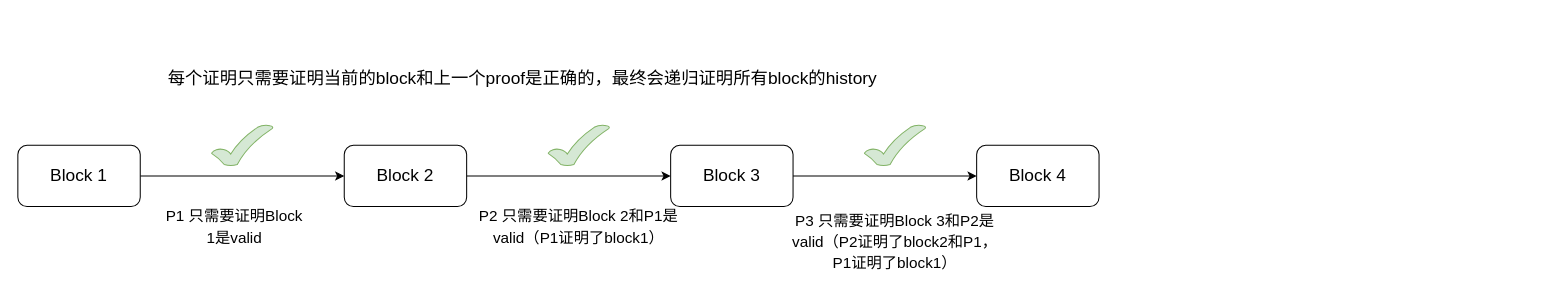
Above: zk-proof/recursive proof.drawio in 0xyicheng/a-research-diagram (draw.io), before the change. Source tidied: cells renumbered, new cells numbered last; positions are measured from the earlier drawing's top-left corner, leaving out a move shared by most shapes. Both pictures are drawn from the tidied source at 102%, with x=0, y=0 at pixel (17, 73).
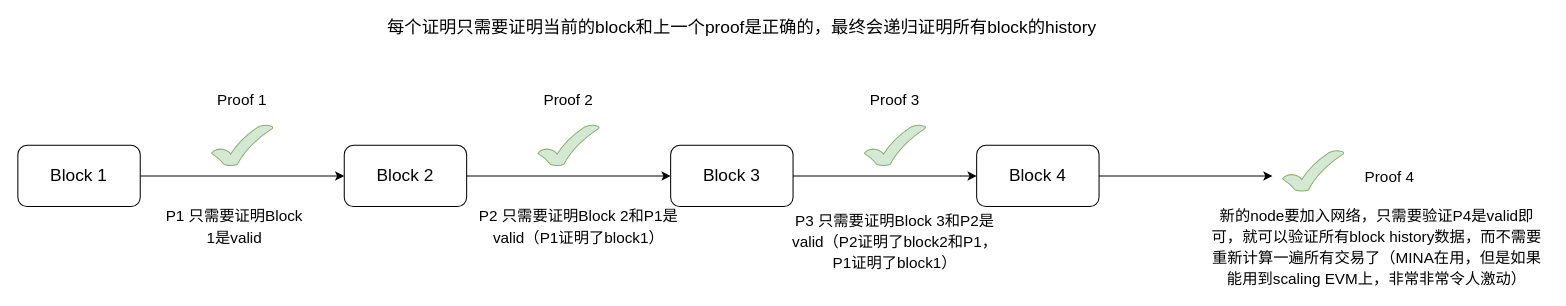
Above is the later version.

What changed in the source:
```diff
@@
     <mxCell id="9" style="verticalLabelPosition=bottom;verticalAlign=top;html=1;shape=mxgraph.basic.tick;fontSize=17;fillColor=#d5e8d4;strokeColor=#82b366;" parent="1" vertex="1">
-      <mxGeometry x="520" y="50" width="60" height="40" as="geometry" />
+      <mxGeometry x="510" y="50" width="60" height="40" as="geometry" />
     </mxCell>
@@
     <mxCell id="15" value="&lt;font style=&quot;font-size: 17px;&quot;&gt;每个证明只需要证明当前的block和上一个proof是正确的，最终会递归证明所有block的history&lt;/font&gt;" style="text;html=1;strokeColor=none;fillColor=none;align=center;verticalAlign=middle;whiteSpace=wrap;rounded=0;fontSize=15;" parent="1" vertex="1">
-      <mxGeometry x="125" width="740" height="10" as="geometry" />
+      <mxGeometry x="340" y="-50" width="740" height="10" as="geometry" />
     </mxCell>
+    <mxCell id="16" style="endArrow=classic;html=1;rounded=0;" parent="1" edge="1">
+      <mxGeometry relative="1" as="geometry">
+        <mxPoint x="1060" y="100" as="sourcePoint" />
+        <mxPoint x="1230" y="100" as="targetPoint" />
+      </mxGeometry>
+    </mxCell>
+    <mxCell id="17" style="verticalLabelPosition=bottom;verticalAlign=top;html=1;shape=mxgraph.basic.tick;fontSize=17;fillColor=#d5e8d4;strokeColor=#82b366;" parent="1" vertex="1">
+      <mxGeometry x="1240" y="75" width="60" height="40" as="geometry" />
+    </mxCell>
+    <mxCell id="18" value="&lt;span style=&quot;font-size: 15px;&quot;&gt;新的node要加入网络，只需要验证P4是valid即可，就可以验证所有block history数据，而不需要重新计算一遍所有交易了（MINA在用，但是如果能用到scaling EVM上，非常非常令人激动）&lt;/span&gt;" style="text;html=1;strokeColor=none;fillColor=none;align=center;verticalAlign=middle;whiteSpace=wrap;rounded=0;fontSize=17;" parent="1" vertex="1">
+      <mxGeometry x="1165" y="130" width="335" height="80" as="geometry" />
+    </mxCell>
+    <mxCell id="19" value="&lt;font style=&quot;font-size: 15px;&quot;&gt;Proof 1&lt;/font&gt;" style="text;html=1;strokeColor=none;fillColor=none;align=center;verticalAlign=middle;whiteSpace=wrap;rounded=0;" parent="1" vertex="1">
+      <mxGeometry x="190" y="10" width="60" height="30" as="geometry" />
+    </mxCell>
+    <mxCell id="20" value="&lt;font style=&quot;font-size: 15px;&quot;&gt;Proof 2&lt;/font&gt;" style="text;html=1;strokeColor=none;fillColor=none;align=center;verticalAlign=middle;whiteSpace=wrap;rounded=0;" parent="1" vertex="1">
+      <mxGeometry x="510" y="10" width="60" height="30" as="geometry" />
+    </mxCell>
+    <mxCell id="21" value="&lt;font style=&quot;font-size: 15px;&quot;&gt;Proof 3&lt;/font&gt;" style="text;html=1;strokeColor=none;fillColor=none;align=center;verticalAlign=middle;whiteSpace=wrap;rounded=0;" parent="1" vertex="1">
+      <mxGeometry x="830" y="10" width="60" height="30" as="geometry" />
+    </mxCell>
+    <mxCell id="22" value="&lt;font style=&quot;font-size: 15px;&quot;&gt;Proof 4&lt;/font&gt;" style="text;html=1;strokeColor=none;fillColor=none;align=center;verticalAlign=middle;whiteSpace=wrap;rounded=0;" parent="1" vertex="1">
+      <mxGeometry x="1315" y="85" width="60" height="30" as="geometry" />
+    </mxCell>
```
